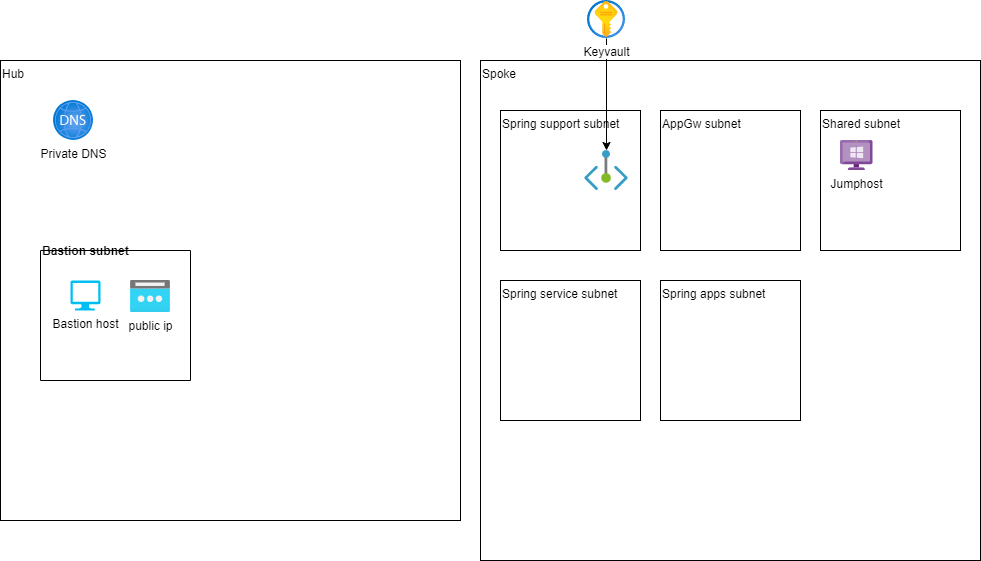
piizei/azure-springapp-starter keeps this draw.io diagram as architecture.drawio.png. Above is the earlier version. Source tidied: cells renumbered, new cells last; positions are measured from the earlier drawing's top-left corner, leaving out a move shared by most shapes.
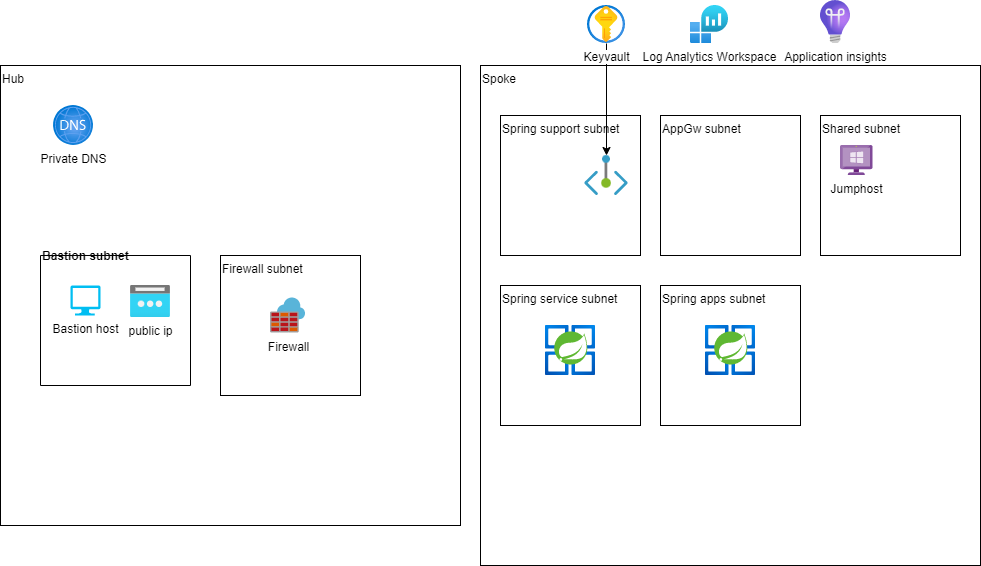
After the commit.

Diff of the diagram source:
```diff
@@ -47,5 +47,23 @@
     <mxCell id="16" style="html=1;points=[];align=center;image;fontSize=12;image=img/lib/azure2/networking/Private_Endpoint.svg;sketch=0;" parent="1" vertex="1">
       <mxGeometry x="584.2" y="150" width="43.6" height="40" as="geometry" />
     </mxCell>
+    <mxCell id="17" value="Log Analytics Workspace" style="html=1;align=center;image;fontSize=12;image=img/lib/azure2/analytics/Log_Analytics_Workspaces.svg;" parent="1" vertex="1">
+      <mxGeometry x="690" width="38" height="38" as="geometry" />
+    </mxCell>
+    <mxCell id="18" value="Firewall subnet" style="whiteSpace=wrap;html=1;sketch=0;align=left;verticalAlign=top;" parent="1" vertex="1">
+      <mxGeometry x="220" y="250" width="140" height="140" as="geometry" />
+    </mxCell>
+    <mxCell id="19" value="Firewall" style="sketch=0;html=1;align=center;image;fontSize=12;image=img/lib/mscae/Azure_Firewall.svg;" parent="1" vertex="1">
+      <mxGeometry x="270" y="292.5" width="35" height="35" as="geometry" />
+    </mxCell>
+    <mxCell id="20" style="html=1;align=center;image;fontSize=12;image=img/lib/azure2/compute/Azure_Spring_Cloud.svg;" parent="1" vertex="1">
+      <mxGeometry x="545" y="320" width="50" height="50" as="geometry" />
+    </mxCell>
+    <mxCell id="21" style="html=1;align=center;image;fontSize=12;image=img/lib/azure2/compute/Azure_Spring_Cloud.svg;" parent="1" vertex="1">
+      <mxGeometry x="705" y="320" width="50" height="50" as="geometry" />
+    </mxCell>
+    <mxCell id="22" value="Application insights" style="html=1;align=center;image;fontSize=12;image=img/lib/azure2/devops/Application_Insights.svg;" parent="1" vertex="1">
+      <mxGeometry x="820" y="-5" width="30" height="43" as="geometry" />
+    </mxCell>
   </root>
 </mxGraphModel>
```
